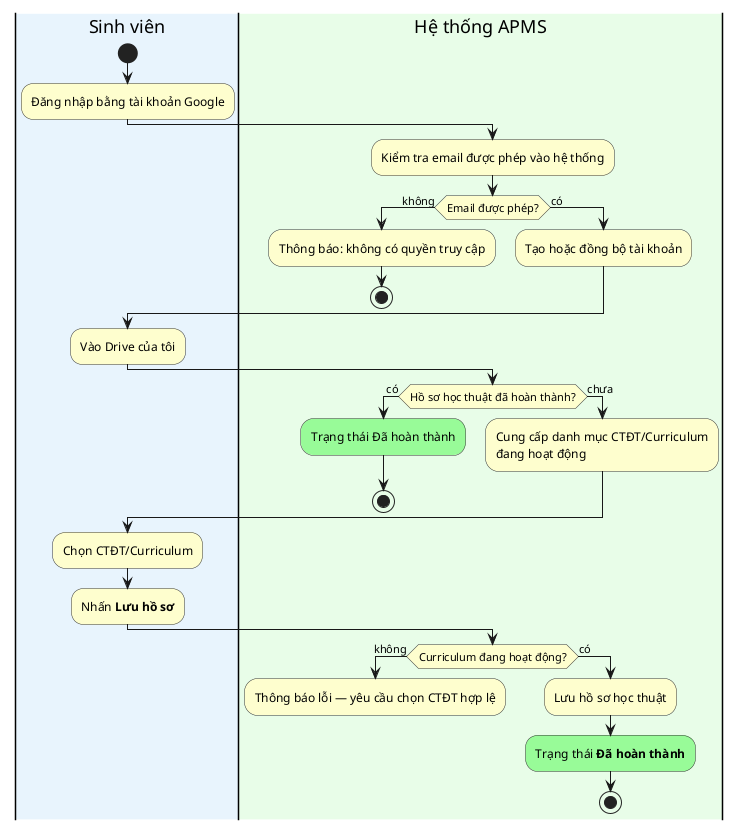
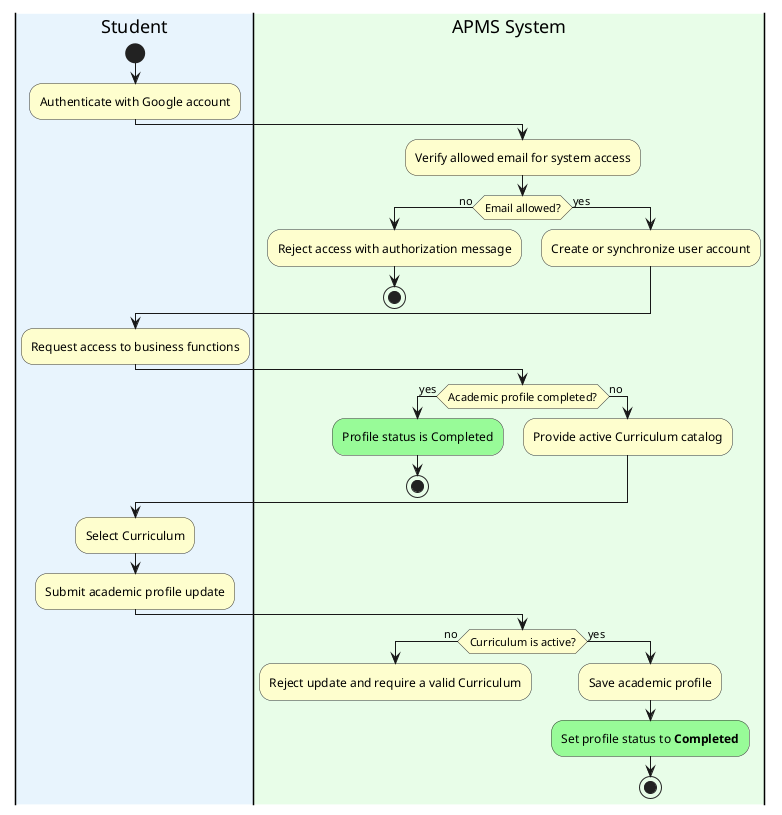
@startuml APMS_Activity1_Onboarding
skinparam swimlane {
  WrapTitle false
}
skinparam activity {
  BackgroundColor #FEFECE
  BorderColor #333333
}

- |#E8F4FD|Sinh viên|
+ |#E8F4FD|Student|
start
- :Đăng nhập bằng tài khoản Google;
+ :Authenticate with Google account;

- |#E8FDE8|Hệ thống APMS|
- :Kiểm tra email được phép vào hệ thống;
- if (Email được phép?) then (không)
-   :Thông báo: không có quyền truy cập;
+ |#E8FDE8|APMS System|
+ :Verify allowed email for system access;
+ if (Email allowed?) then (no)
+   :Reject access with authorization message;
  stop
- else (có)
-   :Tạo hoặc đồng bộ tài khoản;
+ else (yes)
+   :Create or synchronize user account;
endif

- |Sinh viên|
- :Vào Drive của tôi;
+ |Student|
+ :Request access to business functions;

- |Hệ thống APMS|
- if (Hồ sơ học thuật đã hoàn thành?) then (có)
-   #PaleGreen:Trạng thái Đã hoàn thành;
+ |APMS System|
+ if (Academic profile completed?) then (yes)
+   #PaleGreen:Profile status is Completed;
  stop
- else (chưa)
-   :Cung cấp danh mục CTĐT/Curriculum\nđang hoạt động;
+ else (no)
+   :Provide active Curriculum catalog;
endif

- |Sinh viên|
- :Chọn CTĐT/Curriculum;
- :Nhấn **Lưu hồ sơ**;
+ |Student|
+ :Select Curriculum;
+ :Submit academic profile update;

- |Hệ thống APMS|
- if (Curriculum đang hoạt động?) then (không)
-   :Thông báo lỗi — yêu cầu chọn CTĐT hợp lệ;
+ |APMS System|
+ if (Curriculum is active?) then (no)
+   :Reject update and require a valid Curriculum;
  detach
- else (có)
-   :Lưu hồ sơ học thuật;
-   #PaleGreen:Trạng thái **Đã hoàn thành**;
+ else (yes)
+   :Save academic profile;
+   #PaleGreen:Set profile status to **Completed**;
  stop
endif

@enduml
